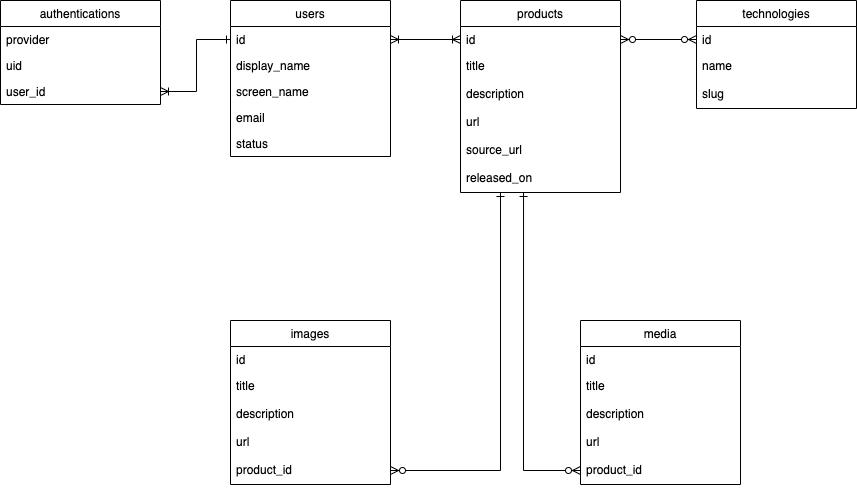
Before: erd.png, a diagram exported from draw.io (runteq/fledge-hub). Source tidied: cells renumbered, new cells last; positions are measured from the earlier drawing's top-left corner, leaving out a move shared by most shapes.
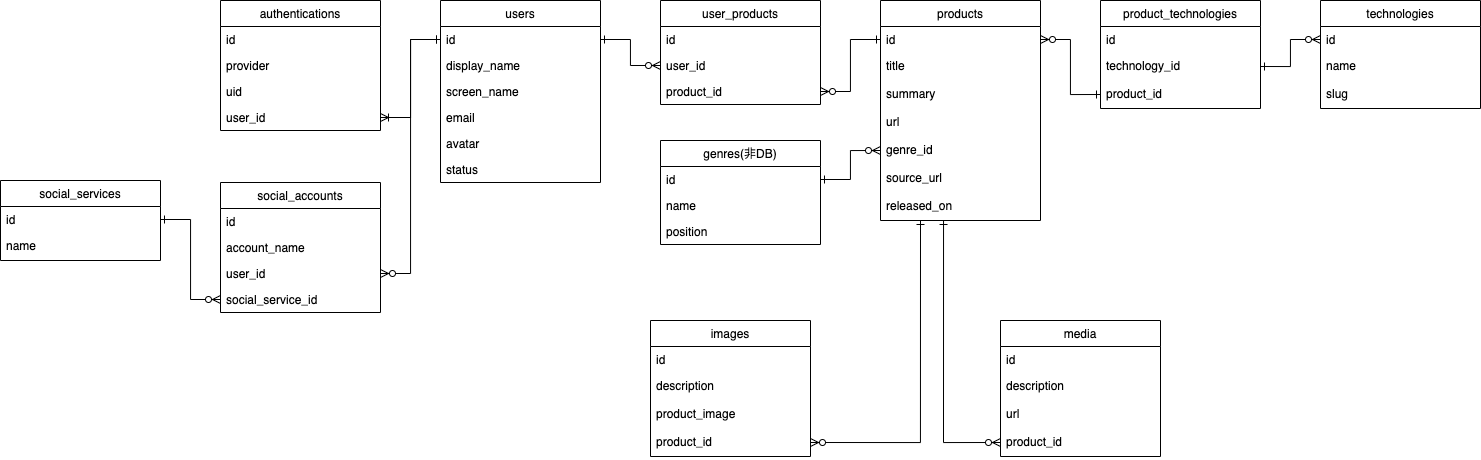
After the change.

Change to the diagram source:
```diff
@@ -5,13 +5,13 @@
     <mxCell id="2" style="edgeStyle=orthogonalEdgeStyle;rounded=0;jettySize=auto;html=1;entryX=1;entryY=0.5;entryDx=0;entryDy=0;startArrow=ERone;startFill=0;endArrow=ERoneToMany;endFill=0;exitX=0;exitY=0.5;exitDx=0;exitDy=0;" parent="1" edge="1" source="4" target="16">
       <mxGeometry relative="1" as="geometry">
         <Array as="points">
-          <mxPoint x="196" y="39" />
-          <mxPoint x="196" y="91" />
+          <mxPoint x="-10" y="39" />
+          <mxPoint x="-10" y="117" />
         </Array>
       </mxGeometry>
     </mxCell>
     <mxCell id="3" value="users" style="swimlane;fontStyle=0;align=center;verticalAlign=top;horizontal=1;startSize=26;rounded=0;shadow=0;strokeWidth=1;" parent="1" vertex="1">
-      <mxGeometry x="230" width="160" height="156" as="geometry" />
+      <mxGeometry x="20" width="160" height="182" as="geometry" />
     </mxCell>
     <mxCell id="4" value="id" style="text;align=left;verticalAlign=top;spacingLeft=4;spacingRight=4;overflow=hidden;points=[[0,0.5],[1,0.5]];portConstraint=eastwest;" parent="3" vertex="1">
       <mxGeometry y="26" width="160" height="26" as="geometry" />
@@ -25,11 +25,14 @@
     <mxCell id="7" value="email" style="text;align=left;verticalAlign=top;spacingLeft=4;spacingRight=4;overflow=hidden;rounded=0;shadow=0;html=0;" parent="3" vertex="1">
       <mxGeometry y="104" width="160" height="26" as="geometry" />
     </mxCell>
+    <mxCell id="40" value="avatar" style="text;align=left;verticalAlign=top;spacingLeft=4;spacingRight=4;overflow=hidden;rounded=0;shadow=0;html=0;" parent="3" vertex="1">
+      <mxGeometry y="130" width="160" height="26" as="geometry" />
+    </mxCell>
     <mxCell id="8" value="status" style="text;align=left;verticalAlign=top;spacingLeft=4;spacingRight=4;overflow=hidden;rounded=0;shadow=0;html=0;" parent="3" vertex="1">
-      <mxGeometry y="130" width="160" height="26" as="geometry" />
+      <mxGeometry y="156" width="160" height="26" as="geometry" />
     </mxCell>
     <mxCell id="9" value="technologies" style="swimlane;fontStyle=0;align=center;verticalAlign=top;horizontal=1;startSize=26;rounded=0;shadow=0;strokeWidth=1;gradientColor=none;" parent="1" vertex="1">
-      <mxGeometry x="696" width="160" height="108" as="geometry" />
+      <mxGeometry x="900" width="160" height="108" as="geometry" />
     </mxCell>
     <mxCell id="10" value="id" style="text;align=left;verticalAlign=top;spacingLeft=4;spacingRight=4;overflow=hidden;points=[[0,0.5],[1,0.5]];portConstraint=eastwest;rounded=0;shadow=0;html=0;" parent="9" vertex="1">
       <mxGeometry y="26" width="160" height="26" as="geometry" />
@@ -41,19 +44,22 @@
       <mxGeometry y="80" width="160" height="28" as="geometry" />
     </mxCell>
     <mxCell id="13" value="authentications" style="swimlane;fontStyle=0;align=center;verticalAlign=top;horizontal=1;startSize=26;rounded=0;shadow=0;strokeWidth=1;" parent="1" vertex="1">
-      <mxGeometry width="160" height="104" as="geometry" />
+      <mxGeometry x="-200" width="160" height="130" as="geometry" />
     </mxCell>
-    <mxCell id="14" value="provider" style="text;align=left;verticalAlign=top;spacingLeft=4;spacingRight=4;overflow=hidden;rounded=0;shadow=0;html=0;" parent="13" vertex="1">
+    <mxCell id="14" value="id" style="text;align=left;verticalAlign=top;spacingLeft=4;spacingRight=4;overflow=hidden;rounded=0;shadow=0;html=0;" parent="13" vertex="1">
       <mxGeometry y="26" width="160" height="26" as="geometry" />
     </mxCell>
+    <mxCell id="41" value="provider" style="text;align=left;verticalAlign=top;spacingLeft=4;spacingRight=4;overflow=hidden;rounded=0;shadow=0;html=0;" parent="13" vertex="1">
+      <mxGeometry y="52" width="160" height="26" as="geometry" />
+    </mxCell>
     <mxCell id="15" value="uid" style="text;align=left;verticalAlign=top;spacingLeft=4;spacingRight=4;overflow=hidden;rounded=0;shadow=0;html=0;" parent="13" vertex="1">
-      <mxGeometry y="52" width="160" height="26" as="geometry" />
+      <mxGeometry y="78" width="160" height="26" as="geometry" />
     </mxCell>
     <mxCell id="16" value="user_id" style="text;align=left;verticalAlign=top;spacingLeft=4;spacingRight=4;overflow=hidden;points=[[0,0.5],[1,0.5]];portConstraint=eastwest;" parent="13" vertex="1">
-      <mxGeometry y="78" width="160" height="26" as="geometry" />
+      <mxGeometry y="104" width="160" height="26" as="geometry" />
     </mxCell>
     <mxCell id="17" value="products" style="swimlane;fontStyle=0;align=center;verticalAlign=top;horizontal=1;startSize=26;rounded=0;shadow=0;strokeWidth=1;gradientColor=none;" parent="1" vertex="1">
-      <mxGeometry x="460" width="160" height="192" as="geometry" />
+      <mxGeometry x="460" width="160" height="220" as="geometry" />
     </mxCell>
     <mxCell id="18" value="id" style="text;align=left;verticalAlign=top;spacingLeft=4;spacingRight=4;overflow=hidden;points=[[0,0.5],[1,0.5]];portConstraint=eastwest;rounded=0;shadow=0;html=0;" parent="17" vertex="1">
       <mxGeometry y="26" width="160" height="26" as="geometry" />
@@ -61,75 +67,150 @@
     <mxCell id="19" value="title" style="text;align=left;verticalAlign=top;spacingLeft=4;spacingRight=4;overflow=hidden;rounded=0;shadow=0;html=0;" parent="17" vertex="1">
       <mxGeometry y="52" width="160" height="28" as="geometry" />
     </mxCell>
-    <mxCell id="20" value="description" style="text;align=left;verticalAlign=top;spacingLeft=4;spacingRight=4;overflow=hidden;rounded=0;shadow=0;html=0;" parent="17" vertex="1">
+    <mxCell id="20" value="summary" style="text;align=left;verticalAlign=top;spacingLeft=4;spacingRight=4;overflow=hidden;rounded=0;shadow=0;html=0;" parent="17" vertex="1">
       <mxGeometry y="80" width="160" height="28" as="geometry" />
     </mxCell>
     <mxCell id="21" value="url" style="text;align=left;verticalAlign=top;spacingLeft=4;spacingRight=4;overflow=hidden;rounded=0;shadow=0;html=0;" parent="17" vertex="1">
       <mxGeometry y="108" width="160" height="28" as="geometry" />
     </mxCell>
+    <mxCell id="42" value="genre_id" style="text;align=left;verticalAlign=top;spacingLeft=4;spacingRight=4;overflow=hidden;points=[[0,0.5],[1,0.5]];portConstraint=eastwest;rounded=0;shadow=0;html=0;" parent="17" vertex="1">
+      <mxGeometry y="136" width="160" height="28" as="geometry" />
+    </mxCell>
     <mxCell id="22" value="source_url" style="text;align=left;verticalAlign=top;spacingLeft=4;spacingRight=4;overflow=hidden;rounded=0;shadow=0;html=0;" parent="17" vertex="1">
-      <mxGeometry y="136" width="160" height="28" as="geometry" />
+      <mxGeometry y="164" width="160" height="28" as="geometry" />
     </mxCell>
     <mxCell id="23" value="released_on" style="text;align=left;verticalAlign=top;spacingLeft=4;spacingRight=4;overflow=hidden;points=[[0,0.5],[1,0.5]];portConstraint=eastwest;rounded=0;shadow=0;html=0;" parent="17" vertex="1">
-      <mxGeometry y="164" width="160" height="28" as="geometry" />
+      <mxGeometry y="192" width="160" height="28" as="geometry" />
     </mxCell>
     <mxCell id="24" value="media" style="swimlane;fontStyle=0;align=center;verticalAlign=top;horizontal=1;startSize=26;rounded=0;shadow=0;strokeWidth=1;gradientColor=none;" parent="1" vertex="1">
-      <mxGeometry x="580" y="320" width="160" height="164" as="geometry" />
+      <mxGeometry x="580" y="320" width="160" height="136" as="geometry" />
     </mxCell>
     <mxCell id="25" value="id" style="text;align=left;verticalAlign=top;spacingLeft=4;spacingRight=4;overflow=hidden;rounded=0;shadow=0;html=0;" parent="24" vertex="1">
       <mxGeometry y="26" width="160" height="26" as="geometry" />
     </mxCell>
-    <mxCell id="26" value="title" style="text;align=left;verticalAlign=top;spacingLeft=4;spacingRight=4;overflow=hidden;rounded=0;shadow=0;html=0;" parent="24" vertex="1">
-      <mxGeometry y="52" width="160" height="28" as="geometry" />
-    </mxCell>
     <mxCell id="27" value="description" style="text;align=left;verticalAlign=top;spacingLeft=4;spacingRight=4;overflow=hidden;rounded=0;shadow=0;html=0;" parent="24" vertex="1">
-      <mxGeometry y="80" width="160" height="28" as="geometry" />
+      <mxGeometry y="52" width="160" height="28" as="geometry" />
     </mxCell>
     <mxCell id="28" value="url" style="text;align=left;verticalAlign=top;spacingLeft=4;spacingRight=4;overflow=hidden;rounded=0;shadow=0;html=0;" parent="24" vertex="1">
-      <mxGeometry y="108" width="160" height="28" as="geometry" />
+      <mxGeometry y="80" width="160" height="28" as="geometry" />
     </mxCell>
     <mxCell id="29" value="product_id" style="text;align=left;verticalAlign=top;spacingLeft=4;spacingRight=4;overflow=hidden;points=[[0,0.5],[1,0.5]];portConstraint=eastwest;rounded=0;shadow=0;html=0;" parent="24" vertex="1">
-      <mxGeometry y="136" width="160" height="28" as="geometry" />
+      <mxGeometry y="108" width="160" height="28" as="geometry" />
     </mxCell>
-    <mxCell id="30" style="edgeStyle=orthogonalEdgeStyle;rounded=0;jettySize=auto;html=1;exitX=1;exitY=0.5;exitDx=0;exitDy=0;entryX=0;entryY=0.5;entryDx=0;entryDy=0;startArrow=ERzeroToMany;startFill=1;endArrow=ERzeroToMany;endFill=1;" parent="1" edge="1" source="18" target="10">
+    <mxCell id="30" style="edgeStyle=orthogonalEdgeStyle;rounded=0;jettySize=auto;html=1;exitX=1;exitY=0.5;exitDx=0;exitDy=0;startArrow=ERzeroToMany;startFill=1;endArrow=ERone;endFill=0;entryX=0;entryY=0.5;entryDx=0;entryDy=0;" parent="1" edge="1" source="18" target="46">
       <mxGeometry relative="1" as="geometry" />
     </mxCell>
-    <mxCell id="31" style="edgeStyle=orthogonalEdgeStyle;rounded=0;jettySize=auto;html=1;exitX=1;exitY=0.5;exitDx=0;exitDy=0;entryX=0;entryY=0.5;entryDx=0;entryDy=0;startArrow=ERoneToMany;startFill=0;endArrow=ERoneToMany;endFill=0;" parent="1" edge="1" source="4">
-      <mxGeometry relative="1" as="geometry">
-        <mxPoint x="460" y="39" as="targetPoint" />
-      </mxGeometry>
-    </mxCell>
     <mxCell id="32" style="edgeStyle=orthogonalEdgeStyle;rounded=0;jettySize=auto;html=1;exitX=0;exitY=0.5;exitDx=0;exitDy=0;entryX=0.394;entryY=1;entryDx=0;entryDy=0;entryPerimeter=0;startArrow=ERzeroToMany;startFill=1;endArrow=ERone;endFill=0;" parent="1" edge="1" source="29" target="23">
       <mxGeometry relative="1" as="geometry">
         <Array as="points">
-          <mxPoint x="523" y="470" />
+          <mxPoint x="523" y="442" />
         </Array>
       </mxGeometry>
     </mxCell>
     <mxCell id="33" value="images" style="swimlane;fontStyle=0;align=center;verticalAlign=top;horizontal=1;startSize=26;rounded=0;shadow=0;strokeWidth=1;gradientColor=none;" parent="1" vertex="1">
-      <mxGeometry x="230" y="320" width="160" height="164" as="geometry" />
+      <mxGeometry x="230" y="320" width="160" height="136" as="geometry" />
     </mxCell>
     <mxCell id="34" value="id" style="text;align=left;verticalAlign=top;spacingLeft=4;spacingRight=4;overflow=hidden;rounded=0;shadow=0;html=0;" parent="33" vertex="1">
       <mxGeometry y="26" width="160" height="26" as="geometry" />
     </mxCell>
-    <mxCell id="35" value="title" style="text;align=left;verticalAlign=top;spacingLeft=4;spacingRight=4;overflow=hidden;rounded=0;shadow=0;html=0;" parent="33" vertex="1">
-      <mxGeometry y="52" width="160" height="28" as="geometry" />
-    </mxCell>
     <mxCell id="36" value="description" style="text;align=left;verticalAlign=top;spacingLeft=4;spacingRight=4;overflow=hidden;rounded=0;shadow=0;html=0;" parent="33" vertex="1">
-      <mxGeometry y="80" width="160" height="28" as="geometry" />
+      <mxGeometry y="52" width="160" height="28" as="geometry" />
     </mxCell>
-    <mxCell id="37" value="url" style="text;align=left;verticalAlign=top;spacingLeft=4;spacingRight=4;overflow=hidden;rounded=0;shadow=0;html=0;" parent="33" vertex="1">
-      <mxGeometry y="108" width="160" height="28" as="geometry" />
+    <mxCell id="37" value="product_image" style="text;align=left;verticalAlign=top;spacingLeft=4;spacingRight=4;overflow=hidden;rounded=0;shadow=0;html=0;" parent="33" vertex="1">
+      <mxGeometry y="80" width="160" height="28" as="geometry" />
     </mxCell>
     <mxCell id="38" value="product_id" style="text;align=left;verticalAlign=top;spacingLeft=4;spacingRight=4;overflow=hidden;points=[[0,0.5],[1,0.5]];portConstraint=eastwest;rounded=0;shadow=0;html=0;" parent="33" vertex="1">
-      <mxGeometry y="136" width="160" height="28" as="geometry" />
+      <mxGeometry y="108" width="160" height="28" as="geometry" />
     </mxCell>
     <mxCell id="39" style="edgeStyle=orthogonalEdgeStyle;rounded=0;jettySize=auto;html=1;exitX=1;exitY=0.5;exitDx=0;exitDy=0;startArrow=ERzeroToMany;startFill=1;endArrow=ERone;endFill=0;entryX=0.25;entryY=1;entryDx=0;entryDy=0;" parent="1" edge="1" source="38" target="17">
       <mxGeometry relative="1" as="geometry">
         <Array as="points">
-          <mxPoint x="500" y="470" />
+          <mxPoint x="500" y="442" />
         </Array>
       </mxGeometry>
     </mxCell>
+    <mxCell id="43" value="product_technologies" style="swimlane;fontStyle=0;align=center;verticalAlign=top;horizontal=1;startSize=26;rounded=0;shadow=0;strokeWidth=1;gradientColor=none;" parent="1" vertex="1">
+      <mxGeometry x="680" width="160" height="108" as="geometry" />
+    </mxCell>
+    <mxCell id="44" value="id" style="text;align=left;verticalAlign=top;spacingLeft=4;spacingRight=4;overflow=hidden;rounded=0;shadow=0;html=0;" parent="43" vertex="1">
+      <mxGeometry y="26" width="160" height="26" as="geometry" />
+    </mxCell>
+    <mxCell id="45" value="technology_id" style="text;align=left;verticalAlign=top;spacingLeft=4;spacingRight=4;overflow=hidden;points=[[0,0.5],[1,0.5]];portConstraint=eastwest;rounded=0;shadow=0;html=0;" parent="43" vertex="1">
+      <mxGeometry y="52" width="160" height="28" as="geometry" />
+    </mxCell>
+    <mxCell id="46" value="product_id" style="text;align=left;verticalAlign=top;spacingLeft=4;spacingRight=4;overflow=hidden;points=[[0,0.5],[1,0.5]];portConstraint=eastwest;rounded=0;shadow=0;html=0;" parent="43" vertex="1">
+      <mxGeometry y="80" width="160" height="28" as="geometry" />
+    </mxCell>
+    <mxCell id="47" style="edgeStyle=orthogonalEdgeStyle;rounded=0;jettySize=auto;html=1;exitX=0;exitY=0.5;exitDx=0;exitDy=0;startArrow=ERzeroToMany;startFill=1;endArrow=ERone;endFill=0;entryX=1;entryY=0.5;entryDx=0;entryDy=0;" parent="1" edge="1" source="10" target="45">
+      <mxGeometry relative="1" as="geometry" />
+    </mxCell>
+    <mxCell id="48" value="user_products" style="swimlane;fontStyle=0;align=center;verticalAlign=top;horizontal=1;startSize=26;rounded=0;shadow=0;strokeWidth=1;" parent="1" vertex="1">
+      <mxGeometry x="240" width="160" height="104" as="geometry" />
+    </mxCell>
+    <mxCell id="49" value="id" style="text;align=left;verticalAlign=top;spacingLeft=4;spacingRight=4;overflow=hidden;rounded=0;shadow=0;html=0;" parent="48" vertex="1">
+      <mxGeometry y="26" width="160" height="26" as="geometry" />
+    </mxCell>
+    <mxCell id="50" value="user_id" style="text;align=left;verticalAlign=top;spacingLeft=4;spacingRight=4;overflow=hidden;points=[[0,0.5],[1,0.5]];portConstraint=eastwest;" parent="48" vertex="1">
+      <mxGeometry y="52" width="160" height="26" as="geometry" />
+    </mxCell>
+    <mxCell id="51" value="product_id" style="text;align=left;verticalAlign=top;spacingLeft=4;spacingRight=4;overflow=hidden;points=[[0,0.5],[1,0.5]];portConstraint=eastwest;rounded=0;shadow=0;html=0;" parent="48" vertex="1">
+      <mxGeometry y="78" width="160" height="26" as="geometry" />
+    </mxCell>
+    <mxCell id="52" style="edgeStyle=orthogonalEdgeStyle;rounded=0;jettySize=auto;html=1;startArrow=ERzeroToMany;startFill=1;endArrow=ERone;endFill=0;exitX=0;exitY=0.5;exitDx=0;exitDy=0;entryX=1;entryY=0.5;entryDx=0;entryDy=0;" parent="1" edge="1" source="50" target="4">
+      <mxGeometry relative="1" as="geometry">
+        <Array as="points">
+          <mxPoint x="210" y="65" />
+          <mxPoint x="210" y="39" />
+        </Array>
+      </mxGeometry>
+    </mxCell>
+    <mxCell id="53" style="edgeStyle=orthogonalEdgeStyle;rounded=0;jettySize=auto;html=1;startArrow=ERzeroToMany;startFill=1;endArrow=ERone;endFill=0;entryX=0;entryY=0.5;entryDx=0;entryDy=0;" parent="1" edge="1" source="51" target="18">
+      <mxGeometry relative="1" as="geometry" />
+    </mxCell>
+    <mxCell id="54" value="genres(非DB)" style="swimlane;fontStyle=0;align=center;verticalAlign=top;horizontal=1;startSize=26;rounded=0;shadow=0;strokeWidth=1;" parent="1" vertex="1">
+      <mxGeometry x="240" y="140" width="160" height="104" as="geometry" />
+    </mxCell>
+    <mxCell id="55" value="id" style="text;align=left;verticalAlign=top;spacingLeft=4;spacingRight=4;overflow=hidden;points=[[0,0.5],[1,0.5]];portConstraint=eastwest;rounded=0;shadow=0;html=0;" parent="54" vertex="1">
+      <mxGeometry y="26" width="160" height="26" as="geometry" />
+    </mxCell>
+    <mxCell id="56" value="name" style="text;align=left;verticalAlign=top;spacingLeft=4;spacingRight=4;overflow=hidden;" parent="54" vertex="1">
+      <mxGeometry y="52" width="160" height="26" as="geometry" />
+    </mxCell>
+    <mxCell id="57" value="position" style="text;align=left;verticalAlign=top;spacingLeft=4;spacingRight=4;overflow=hidden;" parent="54" vertex="1">
+      <mxGeometry y="78" width="160" height="26" as="geometry" />
+    </mxCell>
+    <mxCell id="58" style="edgeStyle=orthogonalEdgeStyle;rounded=0;jettySize=auto;html=1;exitX=1;exitY=0.5;exitDx=0;exitDy=0;entryX=0;entryY=0.5;entryDx=0;entryDy=0;endArrow=ERzeroToMany;endFill=1;startArrow=ERone;startFill=0;" parent="1" edge="1" source="55" target="42">
+      <mxGeometry relative="1" as="geometry" />
+    </mxCell>
+    <mxCell id="59" value="social_accounts" style="swimlane;fontStyle=0;align=center;verticalAlign=top;horizontal=1;startSize=26;rounded=0;shadow=0;strokeWidth=1;" parent="1" vertex="1">
+      <mxGeometry x="-200" y="182" width="160" height="130" as="geometry" />
+    </mxCell>
+    <mxCell id="60" value="id" style="text;align=left;verticalAlign=top;spacingLeft=4;spacingRight=4;overflow=hidden;rounded=0;shadow=0;html=0;" parent="59" vertex="1">
+      <mxGeometry y="26" width="160" height="26" as="geometry" />
+    </mxCell>
+    <mxCell id="61" value="account_name" style="text;align=left;verticalAlign=top;spacingLeft=4;spacingRight=4;overflow=hidden;rounded=0;shadow=0;html=0;" parent="59" vertex="1">
+      <mxGeometry y="52" width="160" height="26" as="geometry" />
+    </mxCell>
+    <mxCell id="62" value="user_id" style="text;align=left;verticalAlign=top;spacingLeft=4;spacingRight=4;overflow=hidden;points=[[0,0.5],[1,0.5]];portConstraint=eastwest;rounded=0;shadow=0;html=0;" parent="59" vertex="1">
+      <mxGeometry y="78" width="160" height="26" as="geometry" />
+    </mxCell>
+    <mxCell id="63" value="social_service_id" style="text;align=left;verticalAlign=top;spacingLeft=4;spacingRight=4;overflow=hidden;points=[[0,0.5],[1,0.5]];portConstraint=eastwest;" parent="59" vertex="1">
+      <mxGeometry y="104" width="160" height="26" as="geometry" />
+    </mxCell>
+    <mxCell id="64" style="edgeStyle=orthogonalEdgeStyle;rounded=0;jettySize=auto;html=1;exitX=1;exitY=0.5;exitDx=0;exitDy=0;startArrow=ERzeroToMany;startFill=1;endArrow=ERone;endFill=0;entryX=0;entryY=0.5;entryDx=0;entryDy=0;" parent="1" edge="1" source="62" target="4">
+      <mxGeometry relative="1" as="geometry" />
+    </mxCell>
+    <mxCell id="65" value="social_services" style="swimlane;fontStyle=0;align=center;verticalAlign=top;horizontal=1;startSize=26;rounded=0;shadow=0;strokeWidth=1;" parent="1" vertex="1">
+      <mxGeometry x="-420" y="180" width="160" height="80" as="geometry" />
+    </mxCell>
+    <mxCell id="66" value="id" style="text;align=left;verticalAlign=top;spacingLeft=4;spacingRight=4;overflow=hidden;points=[[0,0.5],[1,0.5]];portConstraint=eastwest;rounded=0;shadow=0;html=0;" parent="65" vertex="1">
+      <mxGeometry y="26" width="160" height="26" as="geometry" />
+    </mxCell>
+    <mxCell id="67" value="name" style="text;align=left;verticalAlign=top;spacingLeft=4;spacingRight=4;overflow=hidden;" parent="65" vertex="1">
+      <mxGeometry y="52" width="160" height="26" as="geometry" />
+    </mxCell>
+    <mxCell id="68" style="edgeStyle=orthogonalEdgeStyle;rounded=0;jettySize=auto;html=1;exitX=0;exitY=0.5;exitDx=0;exitDy=0;entryX=1;entryY=0.5;entryDx=0;entryDy=0;startArrow=ERzeroToMany;startFill=1;endArrow=ERone;endFill=0;" parent="1" edge="1" source="63" target="66">
+      <mxGeometry relative="1" as="geometry" />
+    </mxCell>
   </root>
 </mxGraphModel>
```
